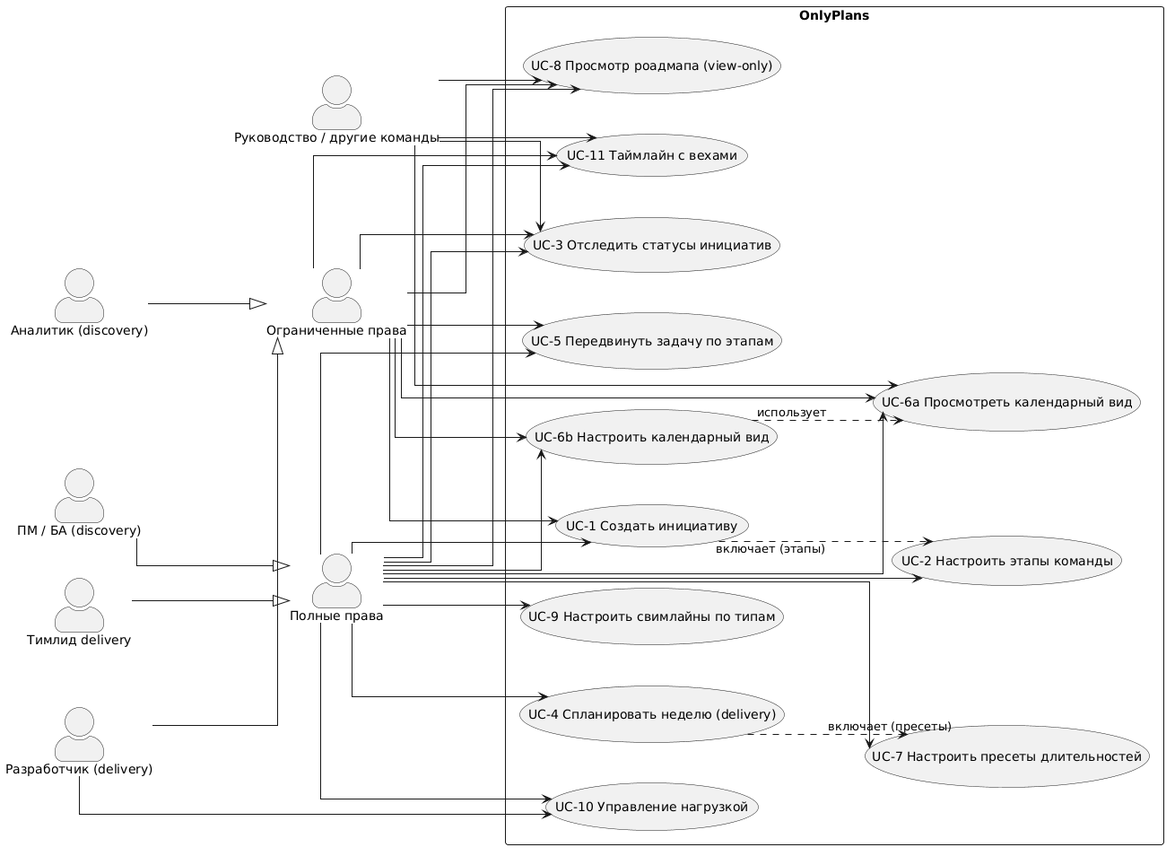
The PlantUML diagram docs/ba/diagrams/use-case.png in ostrovskysveta/OnlyPlans, before a commit.
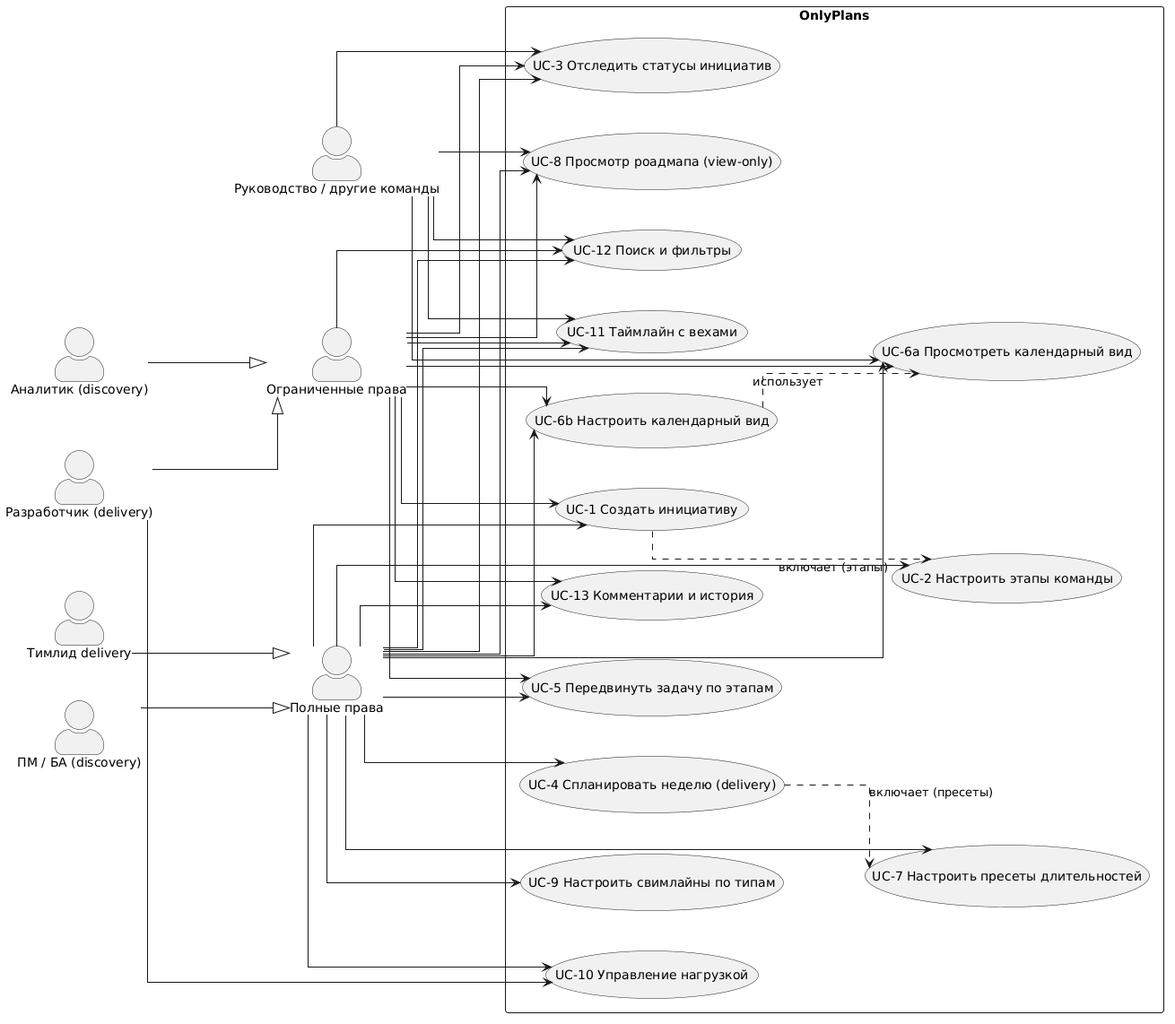
The same diagram one commit later.

Commit message:
БА синхронизирован с финальным MVP: V&S скоуп, US-16/21/22/23, UC-12/13, диаграмма; добавлен 06-mvp.md

The edit, as a diff of the source:
```diff
@@ -39,6 +39,10 @@
 
   usecase "UC-11 Таймлайн с вехами" as U11
 
+  usecase "UC-12 Поиск и фильтры" as U12
+
+  usecase "UC-13 Комментарии и история" as U13
+
   usecase "UC-8 Просмотр роадмапа (view-only)" as U8
 
   U1 ..> U2 : включает (этапы)
@@ -58,6 +62,8 @@
 FULL --> U9
 FULL --> U10
 FULL --> U11
+FULL --> U12
+FULL --> U13
 
 LIM --> U1
 LIM --> U3
@@ -66,6 +72,8 @@
 LIM --> U6b
 LIM --> U8
 LIM --> U11
+LIM --> U12
+LIM --> U13
 
 DEV --> U10
 
@@ -73,5 +81,6 @@
 VIEW --> U6a
 VIEW --> U8
 VIEW --> U11
+VIEW --> U12
 
 @enduml
```
